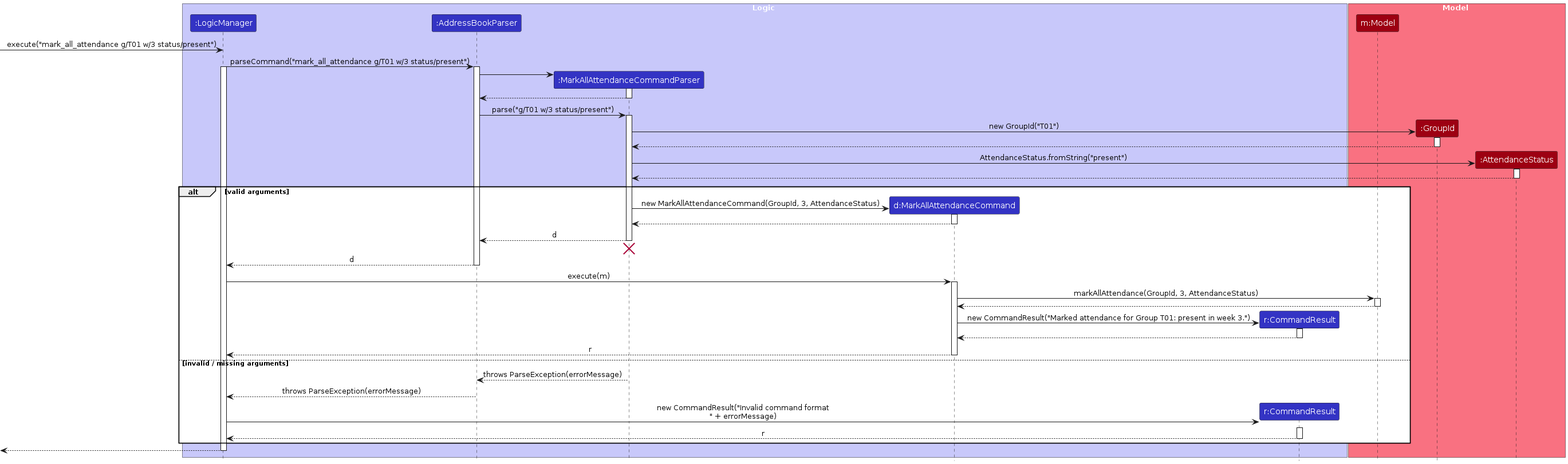
The PlantUML diagram diagrams/MarkAllAttendanceSequenceDiagram.png in AY2526S1-CS2103T-W11-1/tp, before a commit. Its source is kept beside it as diagrams/MarkAllAttendanceSequenceDiagram.puml.
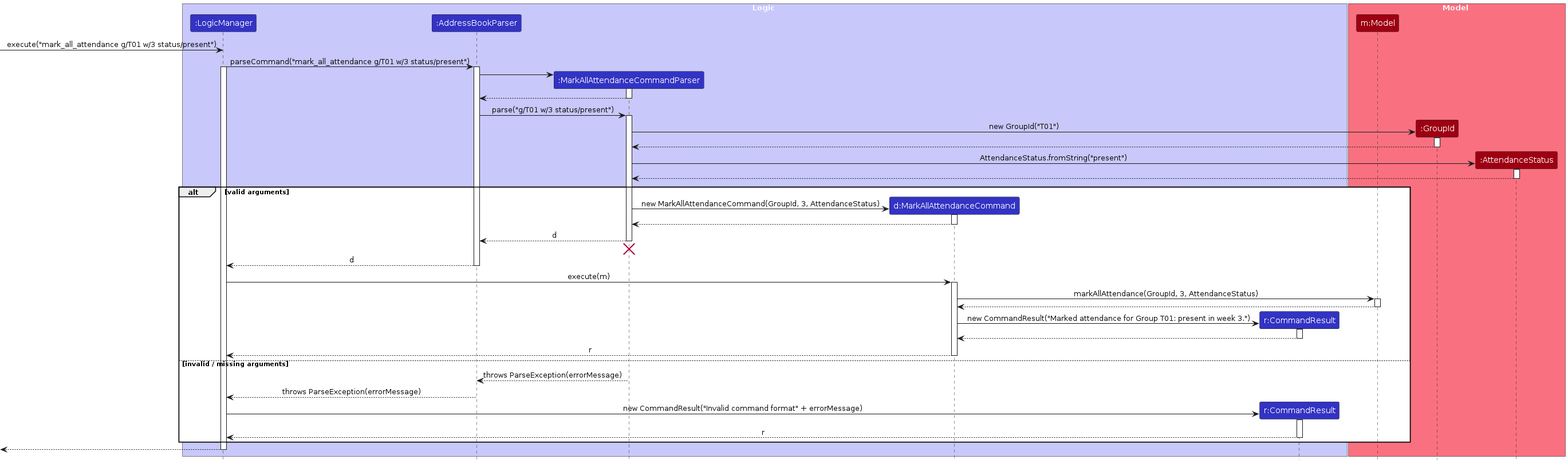
After the change.

Change to the diagram source:
```diff
@@ -83,10 +83,12 @@
     deactivate AddressBookParser
 
     create CommandResult
-    LogicManager -> CommandResult : new CommandResult("Invalid command format\n" + errorMessage)
+    LogicManager -> CommandResult : new CommandResult("Invalid command format" + errorMessage)
     activate CommandResult
     CommandResult --> LogicManager : r
     deactivate CommandResult
+
+
 end
 
 [<--LogicManager
```
